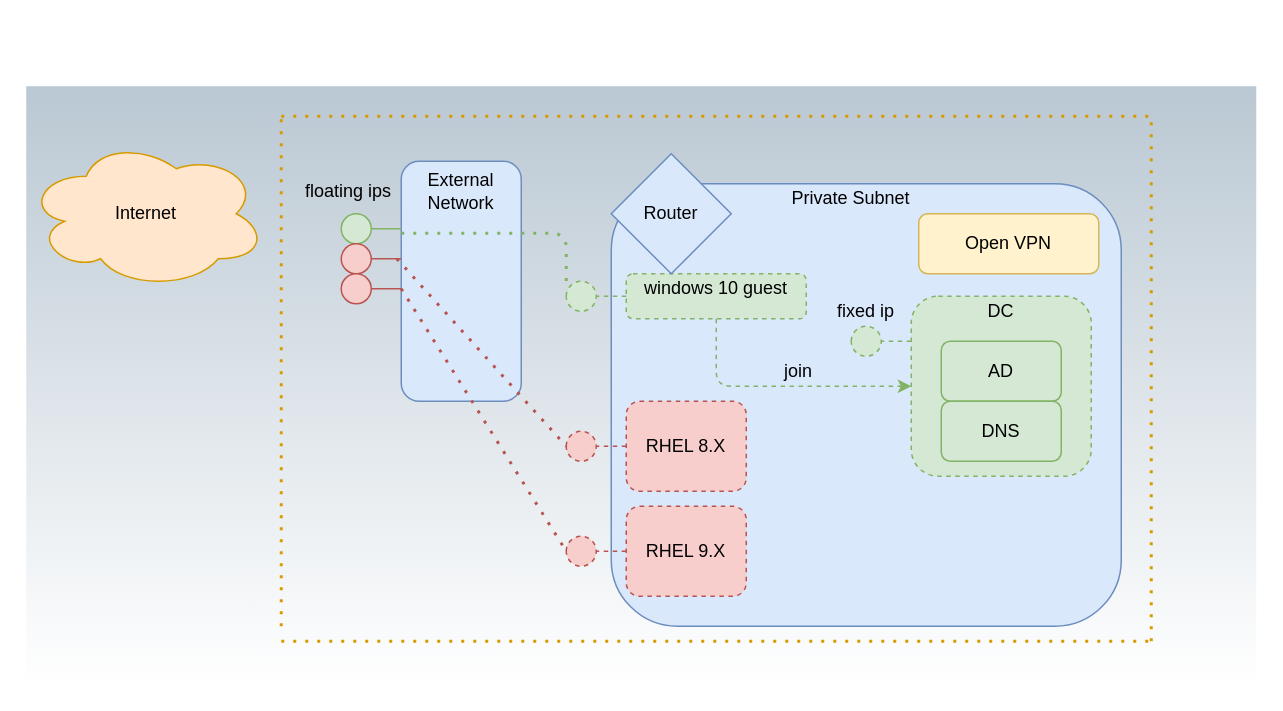
Above: docs/diagrams/overview.drawio in adrianriobo/tstenvs (draw.io), before the change. Source tidied: cells renumbered, new cells numbered last; positions are measured from the earlier drawing's top-left corner, leaving out a move shared by most shapes. Both pictures are drawn from the tidied source at 150%, with x=0, y=0 at pixel (26, 86).
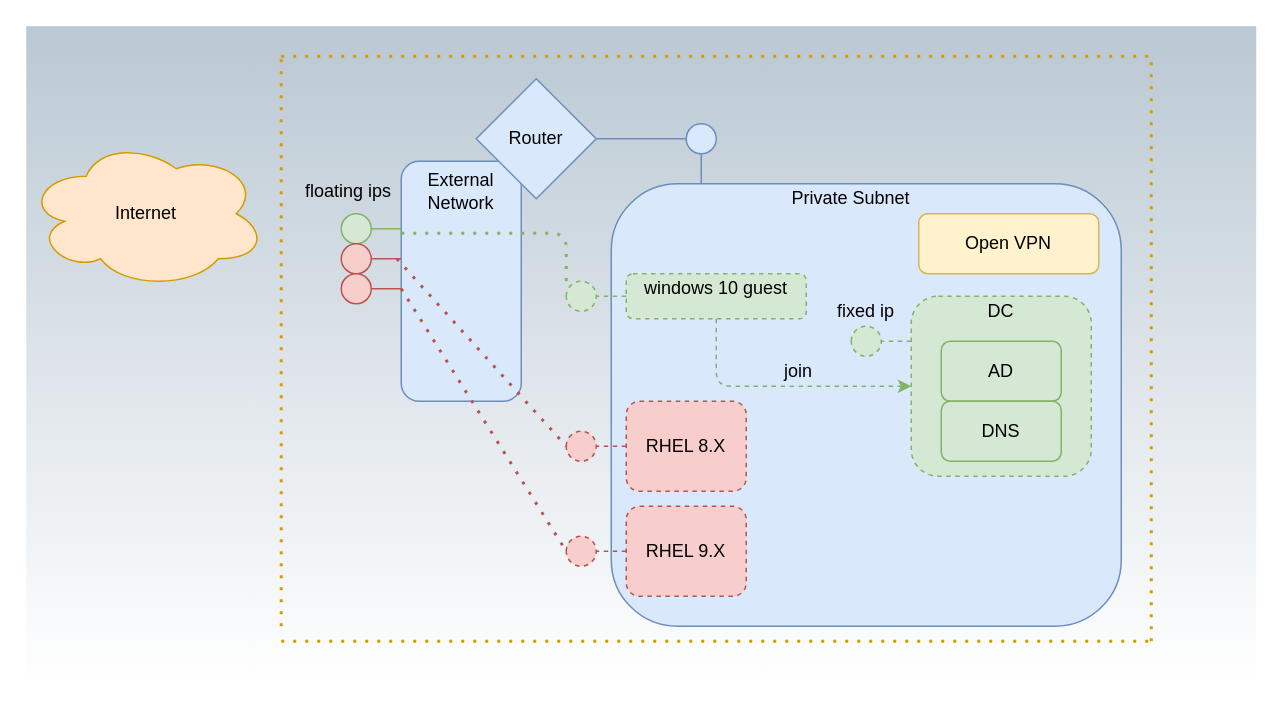
The same diagram, later.

Commit message (it also covers changes not shown here):
Fix diagrama router representation

Change to the diagram source:
```diff
@@
     <mxCell id="2" style="rounded=0;whiteSpace=wrap;html=1;fillColor=#bac8d3;strokeColor=none;gradientColor=#ffffff;" parent="1" vertex="1">
-      <mxGeometry width="820" height="400" as="geometry" />
+      <mxGeometry y="-40" width="820" height="440" as="geometry" />
     </mxCell>
@@
     <mxCell id="14" style="rhombus;whiteSpace=wrap;html=1;fillColor=#dae8fc;strokeColor=#6c8ebf;" parent="1" vertex="1">
-      <mxGeometry x="390" y="45" width="80" height="80" as="geometry" />
+      <mxGeometry x="300" y="-5" width="80" height="80" as="geometry" />
     </mxCell>
     <mxCell id="15" value="Router" style="text;html=1;strokeColor=none;fillColor=none;align=center;verticalAlign=middle;whiteSpace=wrap;rounded=0;" parent="1" vertex="1">
-      <mxGeometry x="410" y="75" width="40" height="20" as="geometry" />
+      <mxGeometry x="320" y="25" width="40" height="20" as="geometry" />
     </mxCell>
@@
     <mxCell id="25" style="endArrow=none;dashed=1;html=1;dashPattern=1 3;strokeWidth=2;fillColor=#ffe6cc;strokeColor=#d79b00;" parent="1" edge="1">
       <mxGeometry relative="1" as="geometry">
-        <mxPoint x="170" y="20" as="sourcePoint" />
-        <mxPoint x="750" y="20" as="targetPoint" />
+        <mxPoint x="170" y="-20" as="sourcePoint" />
+        <mxPoint x="750" y="-20" as="targetPoint" />
       </mxGeometry>
     </mxCell>
@@
     <mxCell id="27" style="endArrow=none;dashed=1;html=1;dashPattern=1 3;strokeWidth=2;fillColor=#ffe6cc;strokeColor=#d79b00;" parent="1" edge="1">
       <mxGeometry relative="1" as="geometry">
         <mxPoint x="170" y="360" as="sourcePoint" />
-        <mxPoint x="170" y="20" as="targetPoint" />
+        <mxPoint x="170" y="-20" as="targetPoint" />
       </mxGeometry>
     </mxCell>
     <mxCell id="28" style="endArrow=none;dashed=1;html=1;dashPattern=1 3;strokeWidth=2;fillColor=#ffe6cc;strokeColor=#d79b00;" parent="1" edge="1">
       <mxGeometry relative="1" as="geometry">
         <mxPoint x="750" y="370" as="sourcePoint" />
-        <mxPoint x="750" y="20" as="targetPoint" />
+        <mxPoint x="750" y="-20" as="targetPoint" />
       </mxGeometry>
     </mxCell>
@@
+    <mxCell id="38" style="html=1;outlineConnect=0;whiteSpace=wrap;fillColor=#dae8fc;shape=mxgraph.archimate3.interface;rotation=-90;strokeColor=#6c8ebf;" parent="1" vertex="1">
+      <mxGeometry x="430" y="35" width="40" height="20" as="geometry" />
+    </mxCell>
+    <mxCell id="39" style="endArrow=none;html=1;entryX=1;entryY=0.5;entryDx=0;entryDy=0;exitX=0.75;exitY=0;exitDx=0;exitDy=0;exitPerimeter=0;fillColor=#dae8fc;strokeColor=#6c8ebf;" parent="1" edge="1" source="38" target="14">
+      <mxGeometry relative="1" as="geometry" />
+    </mxCell>
```
